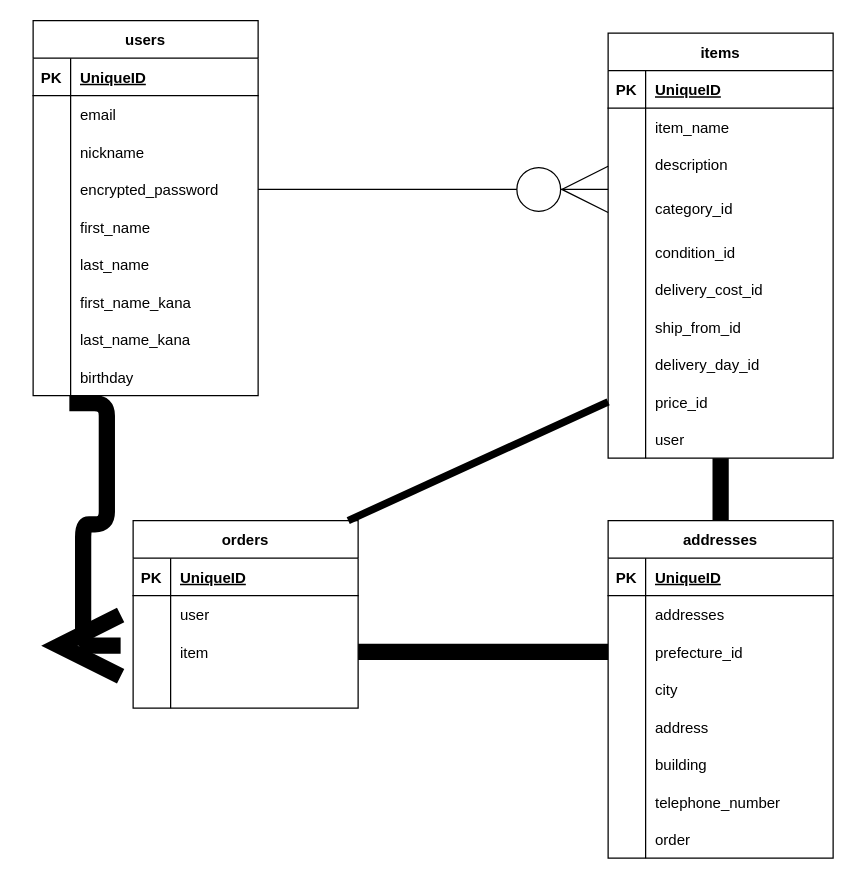
This is ER.dio from haya73/furima-39997, a draw.io file, before an edit. Source tidied: cells renumbered, new cells numbered last; positions are measured from the earlier drawing's top-left corner, leaving out a move shared by most shapes. Both pictures are drawn from the tidied source at 125%, with x=0, y=0 at pixel (20, 20).
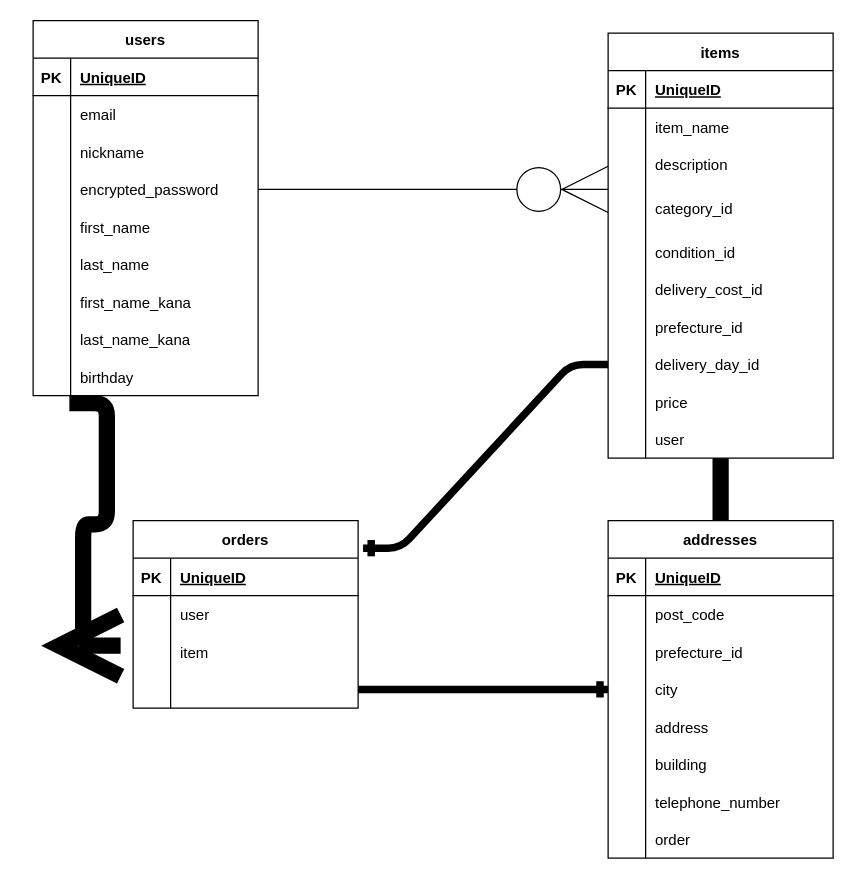
The same diagram, later.

Commit message (it also covers changes not shown here):
データベース設計04

The change refers to these unchanged cells:
```xml
<mxCell id="49" style="shape=tableRow;horizontal=0;startSize=0;swimlaneHead=0;swimlaneBody=0;fillColor=none;top=0;left=0;right=0;bottom=0;" parent="30" vertex="1">
  <mxGeometry y="220" width="180" height="30" as="geometry" />
</mxCell>
<mxCell id="52" style="shape=tableRow;horizontal=0;startSize=0;swimlaneHead=0;swimlaneBody=0;fillColor=none;points=[[0,0.5],[1,0.5]];portConstraint=eastwest;top=0;left=0;right=0;bottom=0;" parent="30" vertex="1">
  <mxGeometry y="250" width="180" height="30" as="geometry" />
</mxCell>
<mxCell id="55" style="shape=tableRow;horizontal=0;startSize=0;swimlaneHead=0;swimlaneBody=0;fillColor=none;points=[[0,0.5],[1,0.5]];portConstraint=eastwest;top=0;left=0;right=0;bottom=0;" parent="30" vertex="1">
  <mxGeometry y="280" width="180" height="30" as="geometry" />
</mxCell>
<mxCell id="61" value="orders" style="shape=table;startSize=30;childLayout=tableLayout;rowLines=0;fontStyle=1;align=center;" parent="1" vertex="1">
  <mxGeometry x="90" y="400" width="180" height="150" as="geometry" />
</mxCell>
<mxCell id="68" style="shape=tableRow;horizontal=0;startSize=0;swimlaneHead=0;swimlaneBody=0;fillColor=none;points=[[0,0.5],[1,0.5]];portConstraint=eastwest;top=0;left=0;right=0;bottom=0;" parent="61" vertex="1">
  <mxGeometry y="90" width="180" height="30" as="geometry" />
</mxCell>
<mxCell id="80" style="shape=tableRow;horizontal=0;startSize=0;swimlaneHead=0;swimlaneBody=0;fillColor=none;top=0;left=0;right=0;bottom=0;" parent="76" vertex="1">
  <mxGeometry y="60" width="180" height="30" as="geometry" />
</mxCell>
<mxCell id="83" style="shape=tableRow;horizontal=0;startSize=0;swimlaneHead=0;swimlaneBody=0;fillColor=none;points=[[0,0.5],[1,0.5]];portConstraint=eastwest;top=0;left=0;right=0;bottom=0;" parent="76" vertex="1">
  <mxGeometry y="90" width="180" height="30" as="geometry" />
</mxCell>
<mxCell id="86" style="shape=tableRow;horizontal=0;startSize=0;swimlaneHead=0;swimlaneBody=0;fillColor=none;points=[[0,0.5],[1,0.5]];portConstraint=eastwest;top=0;left=0;right=0;bottom=0;" parent="76" vertex="1">
  <mxGeometry y="120" width="180" height="30" as="geometry" />
</mxCell>
```

Diff of the diagram source:
```diff
@@
-    <mxCell id="51" value="ship_from_id " style="shape=partialRectangle;fillColor=none;top=0;left=0;bottom=0;right=0;align=left;spacingLeft=6;overflow=hidden;" parent="49" vertex="1">
+    <mxCell id="51" value="prefecture_id" style="shape=partialRectangle;fillColor=none;top=0;left=0;bottom=0;right=0;align=left;spacingLeft=6;overflow=hidden;" parent="49" vertex="1">
       <mxGeometry x="30" width="150" height="30" as="geometry" />
     </mxCell>
@@
-    <mxCell id="57" value="price_id " style="shape=partialRectangle;fillColor=none;top=0;left=0;bottom=0;right=0;align=left;spacingLeft=6;overflow=hidden;" parent="55" vertex="1">
+    <mxCell id="57" value="price" style="shape=partialRectangle;fillColor=none;top=0;left=0;bottom=0;right=0;align=left;spacingLeft=6;overflow=hidden;" parent="55" vertex="1">
       <mxGeometry x="30" width="150" height="30" as="geometry" />
     </mxCell>
@@
-    <mxCell id="82" value="addresses" style="shape=partialRectangle;fillColor=none;top=0;left=0;bottom=0;right=0;align=left;spacingLeft=6;overflow=hidden;" parent="80" vertex="1">
+    <mxCell id="82" value="post_code" style="shape=partialRectangle;fillColor=none;top=0;left=0;bottom=0;right=0;align=left;spacingLeft=6;overflow=hidden;" parent="80" vertex="1">
       <mxGeometry x="30" width="150" height="30" as="geometry" />
     </mxCell>
@@
-    <mxCell id="103" style="endArrow=none;html=1;rounded=0;strokeWidth=13;endSize=35;targetPerimeterSpacing=0;entryX=0;entryY=0.5;entryDx=0;entryDy=0;" parent="1" edge="1" source="68" target="83">
-      <mxGeometry relative="1" as="geometry" />
-    </mxCell>
@@
-    <mxCell id="105" style="endArrow=none;html=1;rounded=0;exitX=0.956;exitY=0;exitDx=0;exitDy=0;exitPerimeter=0;entryX=0;entryY=0.5;entryDx=0;entryDy=0;strokeWidth=6;" parent="1" edge="1" source="61" target="55">
-      <mxGeometry relative="1" as="geometry" />
-    </mxCell>
+    <mxCell id="106" style="edgeStyle=entityRelationEdgeStyle;fontSize=12;html=1;endArrow=ERone;endFill=1;strokeWidth=6;entryX=0;entryY=0.5;entryDx=0;entryDy=0;" parent="1" edge="1" target="86">
+      <mxGeometry relative="1" as="geometry">
+        <mxPoint x="270" y="535" as="sourcePoint" />
+      </mxGeometry>
+    </mxCell>
+    <mxCell id="107" style="edgeStyle=entityRelationEdgeStyle;fontSize=12;html=1;endArrow=ERone;endFill=1;strokeWidth=6;entryX=1.022;entryY=0.147;entryDx=0;entryDy=0;entryPerimeter=0;exitX=0;exitY=0.5;exitDx=0;exitDy=0;" parent="1" edge="1" source="52" target="61">
+      <mxGeometry relative="1" as="geometry" />
+    </mxCell>
```
